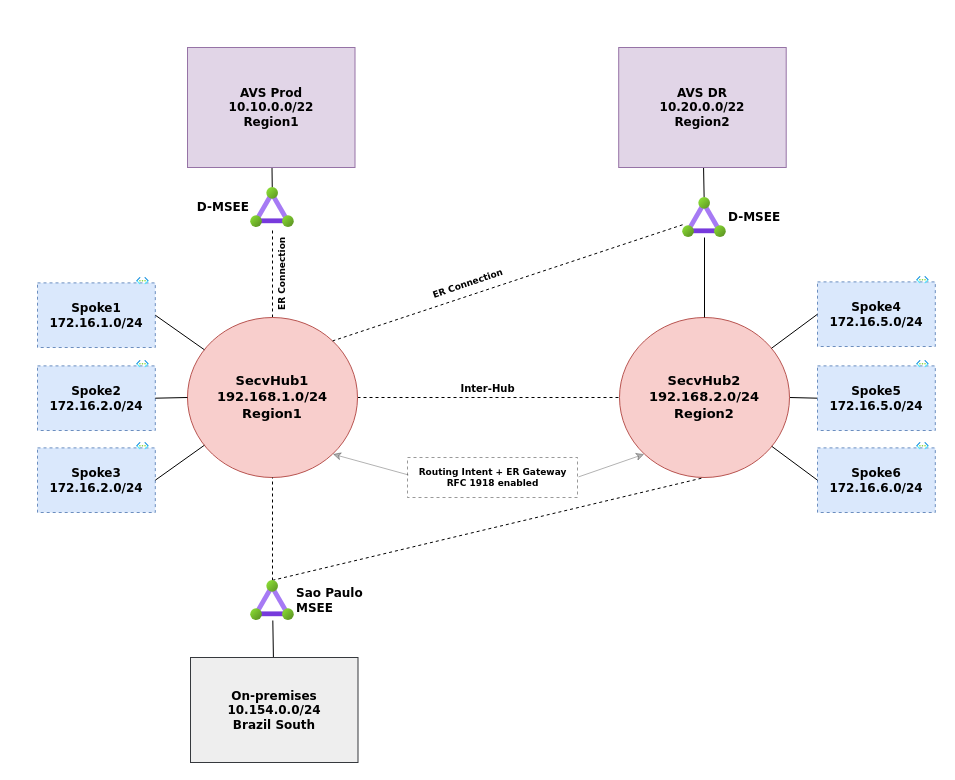
Before: svh-er-multiregion/media/diagram.drawio in dmauser/azure-vmware-solution, a draw.io diagram. Source tidied: cells renumbered, new cells numbered last; positions are measured from the earlier drawing's top-left corner, leaving out a move shared by most shapes. Both pictures are drawn from the tidied source at 100%, with x=0, y=0 at pixel (37, 47).
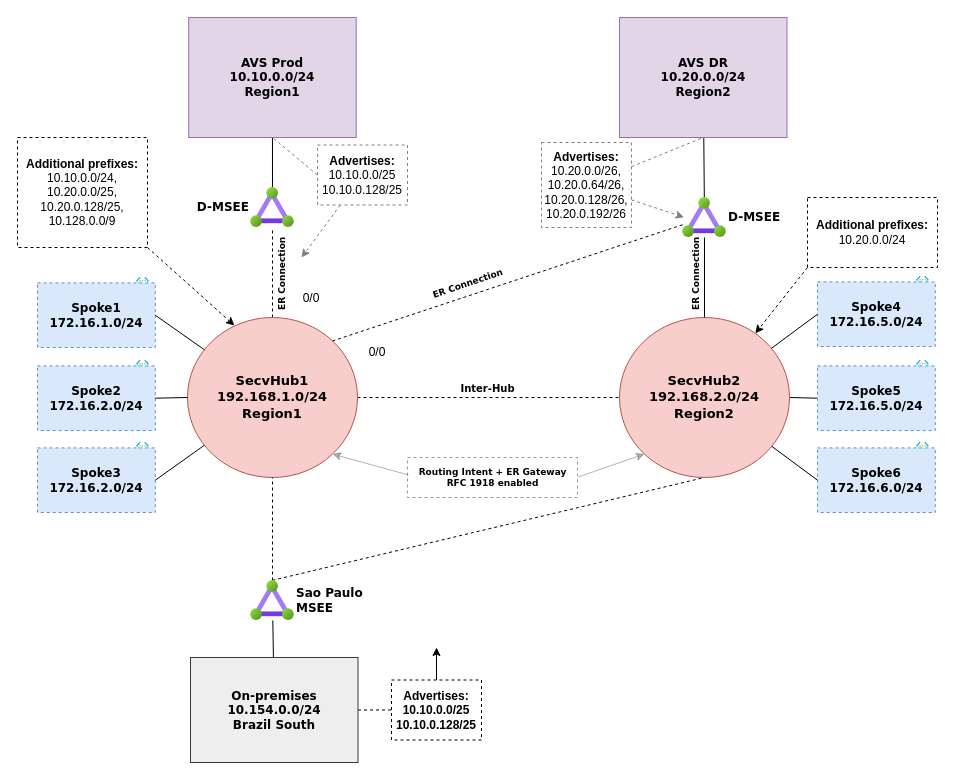
Above is the later version.

The change refers to these unchanged cells:
```xml
<mxCell id="5" value="&lt;font face=&quot;Verdana&quot; style=&quot;font-size: 13px;&quot;&gt;SecvHub1&lt;br style=&quot;font-size: 13px;&quot;&gt;192.168.1.0/24&lt;br&gt;Region1&lt;br style=&quot;font-size: 13px;&quot;&gt;&lt;/font&gt;" style="ellipse;whiteSpace=wrap;html=1;hachureGap=4;fontFamily=Architects Daughter;fontSize=13;fillColor=#f8cecc;strokeColor=#b85450;fontStyle=1;" parent="1" vertex="1">
  <mxGeometry x="150" y="270" width="170" height="160" as="geometry" />
</mxCell>
<mxCell id="19" value="&lt;font face=&quot;Verdana&quot; style=&quot;font-size: 13px;&quot;&gt;SecvHub2&lt;br style=&quot;font-size: 13px;&quot;&gt;192.168.2.0/24&lt;br&gt;Region2&lt;br style=&quot;font-size: 13px;&quot;&gt;&lt;/font&gt;" style="ellipse;whiteSpace=wrap;html=1;hachureGap=4;fontFamily=Architects Daughter;fontSize=13;fillColor=#f8cecc;strokeColor=#b85450;fontStyle=1;" parent="1" vertex="1">
  <mxGeometry x="582" y="270" width="170" height="160" as="geometry" />
</mxCell>
<mxCell id="27" value="D-MSEE" style="html=1;points=[];align=left;image;fontSize=12;image=img/lib/azure2/networking/ExpressRoute_Circuits.svg;sketch=0;hachureGap=4;jiggle=2;curveFitting=1;fontFamily=Verdana;fontStyle=1;labelPosition=right;verticalLabelPosition=middle;verticalAlign=middle;" parent="1" vertex="1">
  <mxGeometry x="645.1" y="150" width="43.8" height="40" as="geometry" />
</mxCell>
<mxCell id="29" value="On-premises&lt;br&gt;10.154.0.0/24&lt;br&gt;Brazil South" style="whiteSpace=wrap;html=1;sketch=0;hachureGap=4;jiggle=2;curveFitting=1;fontFamily=Verdana;fontSize=12;fillColor=#eeeeee;strokeColor=#36393d;fontStyle=1;" parent="1" vertex="1">
  <mxGeometry x="153" y="610" width="167.5" height="105" as="geometry" />
</mxCell>
```

The edit, as a diff of the source:
```diff
@@
-    <mxCell id="16" value="AVS Prod&lt;br&gt;10.10.0.0/22&lt;br&gt;Region1" style="whiteSpace=wrap;html=1;sketch=0;hachureGap=4;jiggle=2;curveFitting=1;fontFamily=Verdana;fontSize=12;fillColor=#e1d5e7;strokeColor=#9673a6;fontStyle=1;" parent="1" vertex="1">
-      <mxGeometry x="150" width="167.5" height="120" as="geometry" />
+    <mxCell id="16" value="AVS Prod&lt;br&gt;10.10.0.0/24&lt;br&gt;Region1" style="whiteSpace=wrap;html=1;sketch=0;hachureGap=4;jiggle=2;curveFitting=1;fontFamily=Verdana;fontSize=12;fillColor=#e1d5e7;strokeColor=#9673a6;fontStyle=1;" parent="1" vertex="1">
+      <mxGeometry x="151.2" y="-30" width="167.5" height="120" as="geometry" />
     </mxCell>
@@
-    <mxCell id="24" value="AVS DR&lt;br&gt;10.20.0.0/22&lt;br&gt;Region2" style="whiteSpace=wrap;html=1;sketch=0;hachureGap=4;jiggle=2;curveFitting=1;fontFamily=Verdana;fontSize=12;fillColor=#e1d5e7;strokeColor=#9673a6;fontStyle=1;" parent="1" vertex="1">
-      <mxGeometry x="581.2" width="167.5" height="120" as="geometry" />
+    <mxCell id="24" value="AVS DR&lt;br&gt;10.20.0.0/24&lt;br&gt;Region2" style="whiteSpace=wrap;html=1;sketch=0;hachureGap=4;jiggle=2;curveFitting=1;fontFamily=Verdana;fontSize=12;fillColor=#e1d5e7;strokeColor=#9673a6;fontStyle=1;" parent="1" vertex="1">
+      <mxGeometry x="582" y="-30" width="167.5" height="120" as="geometry" />
     </mxCell>
@@
+    <mxCell id="49" style="edgeStyle=none;html=1;exitX=1;exitY=0.5;exitDx=0;exitDy=0;entryX=0;entryY=0.5;entryDx=0;entryDy=0;strokeColor=default;endArrow=none;endFill=0;dashed=1;" parent="1" edge="1" source="29" target="61">
+      <mxGeometry relative="1" as="geometry" />
+    </mxCell>
@@
-    <mxCell id="34" value="&lt;p&gt;&lt;span style=&quot;color: rgb(0, 0, 0); font-family: Verdana; font-size: 9px; font-style: normal; font-variant-ligatures: normal; font-variant-caps: normal; letter-spacing: normal; orphans: 2; text-align: center; text-indent: 0px; text-transform: none; widows: 2; word-spacing: 0px; -webkit-text-stroke-width: 0px; background-color: rgb(255, 255, 255); text-decoration-thickness: initial; text-decoration-style: initial; text-decoration-color: initial; float: none; display: inline !important;&quot;&gt;ER Connection&lt;/span&gt;&lt;/p&gt;" style="text;whiteSpace=wrap;html=1;fontSize=9;fontFamily=Verdana;fontColor=default;rotation=-18.8;fontStyle=1;verticalAlign=middle;" parent="1" vertex="1">
-      <mxGeometry x="392" y="224" width="90" height="20" as="geometry" />
+    <mxCell id="34" value="&lt;p&gt;&lt;span style=&quot;color: rgb(0, 0, 0); font-family: Verdana; font-size: 9px; font-style: normal; font-variant-ligatures: normal; font-variant-caps: normal; letter-spacing: normal; orphans: 2; text-align: center; text-indent: 0px; text-transform: none; widows: 2; word-spacing: 0px; -webkit-text-stroke-width: 0px; background-color: rgb(255, 255, 255); text-decoration-thickness: initial; text-decoration-style: initial; text-decoration-color: initial; float: none; display: inline !important;&quot;&gt;ER Connection&amp;nbsp;&lt;/span&gt;&lt;/p&gt;" style="text;whiteSpace=wrap;html=1;fontSize=9;fontFamily=Verdana;fontColor=default;rotation=-18.8;fontStyle=1;verticalAlign=middle;" parent="1" vertex="1">
+      <mxGeometry x="390.6" y="215.6" width="142" height="20" as="geometry" />
     </mxCell>
@@
+    <mxCell id="50" style="edgeStyle=none;html=1;exitX=1;exitY=1;exitDx=0;exitDy=0;entryX=0.276;entryY=0.05;entryDx=0;entryDy=0;entryPerimeter=0;dashed=1;" parent="1" edge="1" source="51" target="5">
+      <mxGeometry relative="1" as="geometry" />
+    </mxCell>
+    <mxCell id="51" value="&lt;b&gt;Additional prefixes:&lt;/b&gt;&lt;br&gt;10.10.0.0/24,&lt;br&gt;10.20.0.0/25,&lt;br&gt;10.20.0.128/25,&lt;br&gt;10.128.0.0/9" style="text;strokeColor=default;align=center;fillColor=none;verticalAlign=middle;whiteSpace=wrap;rounded=0;html=1;dashed=1;" parent="1" vertex="1">
+      <mxGeometry x="-20" y="90" width="130" height="110" as="geometry" />
+    </mxCell>
+    <mxCell id="52" value="&lt;b&gt;Additional prefixes:&lt;/b&gt;&lt;br&gt;10.20.0.0/24" style="text;strokeColor=default;align=center;fillColor=none;verticalAlign=middle;whiteSpace=wrap;rounded=0;html=1;dashed=1;" parent="1" vertex="1">
+      <mxGeometry x="770" y="150" width="130" height="70" as="geometry" />
+    </mxCell>
+    <mxCell id="53" style="edgeStyle=none;html=1;exitX=0;exitY=1;exitDx=0;exitDy=0;dashed=1;strokeColor=default;" parent="1" edge="1" source="52" target="19">
+      <mxGeometry relative="1" as="geometry" />
+    </mxCell>
+    <mxCell id="54" style="edgeStyle=none;html=1;exitX=0;exitY=0.5;exitDx=0;exitDy=0;endArrow=none;endFill=0;entryX=0.5;entryY=1;entryDx=0;entryDy=0;dashed=1;strokeColor=#808080;" parent="1" edge="1" source="56" target="16">
+      <mxGeometry relative="1" as="geometry" />
+    </mxCell>
+    <mxCell id="55" style="edgeStyle=none;html=1;strokeColor=#808080;endArrow=classic;endFill=1;dashed=1;" parent="1" edge="1" source="56">
+      <mxGeometry relative="1" as="geometry">
+        <mxPoint x="264" y="210" as="targetPoint" />
+      </mxGeometry>
+    </mxCell>
+    <mxCell id="56" value="&lt;b&gt;Advertises:&lt;/b&gt;&lt;br&gt;10.10.0.0/25&lt;br&gt;10.10.0.128/25" style="text;strokeColor=#808080;align=center;fillColor=none;verticalAlign=middle;whiteSpace=wrap;rounded=0;html=1;dashed=1;" parent="1" vertex="1">
+      <mxGeometry x="280" y="97.5" width="90" height="60" as="geometry" />
+    </mxCell>
+    <mxCell id="57" style="edgeStyle=none;html=1;strokeColor=#808080;endArrow=classic;endFill=1;entryX=0.033;entryY=0.494;entryDx=0;entryDy=0;entryPerimeter=0;dashed=1;" parent="1" edge="1" source="59" target="27">
+      <mxGeometry relative="1" as="geometry" />
+    </mxCell>
+    <mxCell id="58" style="edgeStyle=none;html=1;dashed=1;strokeColor=#808080;endArrow=none;endFill=0;entryX=0.5;entryY=1;entryDx=0;entryDy=0;" parent="1" edge="1" source="59" target="24">
+      <mxGeometry relative="1" as="geometry" />
+    </mxCell>
+    <mxCell id="59" value="&lt;b&gt;Advertises:&lt;/b&gt;&lt;br&gt;10.20.0.0/26,&lt;br&gt;10.20.0.64/26,&lt;br&gt;10.20.0.128/26,&lt;br&gt;10.20.0.192/26" style="text;strokeColor=#808080;align=center;fillColor=none;verticalAlign=middle;whiteSpace=wrap;rounded=0;html=1;dashed=1;" parent="1" vertex="1">
+      <mxGeometry x="504" y="95" width="90" height="85" as="geometry" />
+    </mxCell>
+    <mxCell id="60" style="edgeStyle=none;html=1;strokeColor=default;endArrow=classic;endFill=1;" parent="1" edge="1" source="61">
+      <mxGeometry relative="1" as="geometry">
+        <mxPoint x="399" y="600" as="targetPoint" />
+      </mxGeometry>
+    </mxCell>
+    <mxCell id="61" value="&lt;b&gt;Advertises:&lt;br&gt;10.10.0.0/25&lt;br&gt;10.10.0.128/25&lt;/b&gt;&lt;br&gt;" style="text;strokeColor=default;align=center;fillColor=none;verticalAlign=middle;whiteSpace=wrap;rounded=0;html=1;dashed=1;" parent="1" vertex="1">
+      <mxGeometry x="354" y="632.5" width="90" height="60" as="geometry" />
+    </mxCell>
+    <mxCell id="62" value="&lt;p&gt;&lt;span style=&quot;color: rgb(0, 0, 0); font-family: Verdana; font-size: 9px; font-style: normal; font-variant-ligatures: normal; font-variant-caps: normal; letter-spacing: normal; orphans: 2; text-align: center; text-indent: 0px; text-transform: none; widows: 2; word-spacing: 0px; -webkit-text-stroke-width: 0px; background-color: rgb(255, 255, 255); text-decoration-thickness: initial; text-decoration-style: initial; text-decoration-color: initial; float: none; display: inline !important;&quot;&gt;ER Connection&lt;/span&gt;&lt;/p&gt;" style="text;whiteSpace=wrap;html=1;fontSize=9;fontFamily=Verdana;fontColor=default;rotation=-90;fontStyle=1;verticalAlign=middle;" parent="1" vertex="1">
+      <mxGeometry x="614" y="210" width="90" height="20" as="geometry" />
+    </mxCell>
+    <mxCell id="63" value="0/0" style="text;strokeColor=none;align=center;fillColor=none;html=1;verticalAlign=middle;whiteSpace=wrap;rounded=0;" parent="1" vertex="1">
+      <mxGeometry x="244" y="235.6" width="60" height="30" as="geometry" />
+    </mxCell>
+    <mxCell id="64" value="0/0" style="text;strokeColor=none;align=center;fillColor=none;html=1;verticalAlign=middle;whiteSpace=wrap;rounded=0;" parent="1" vertex="1">
+      <mxGeometry x="310" y="290" width="60" height="30" as="geometry" />
+    </mxCell>
```
